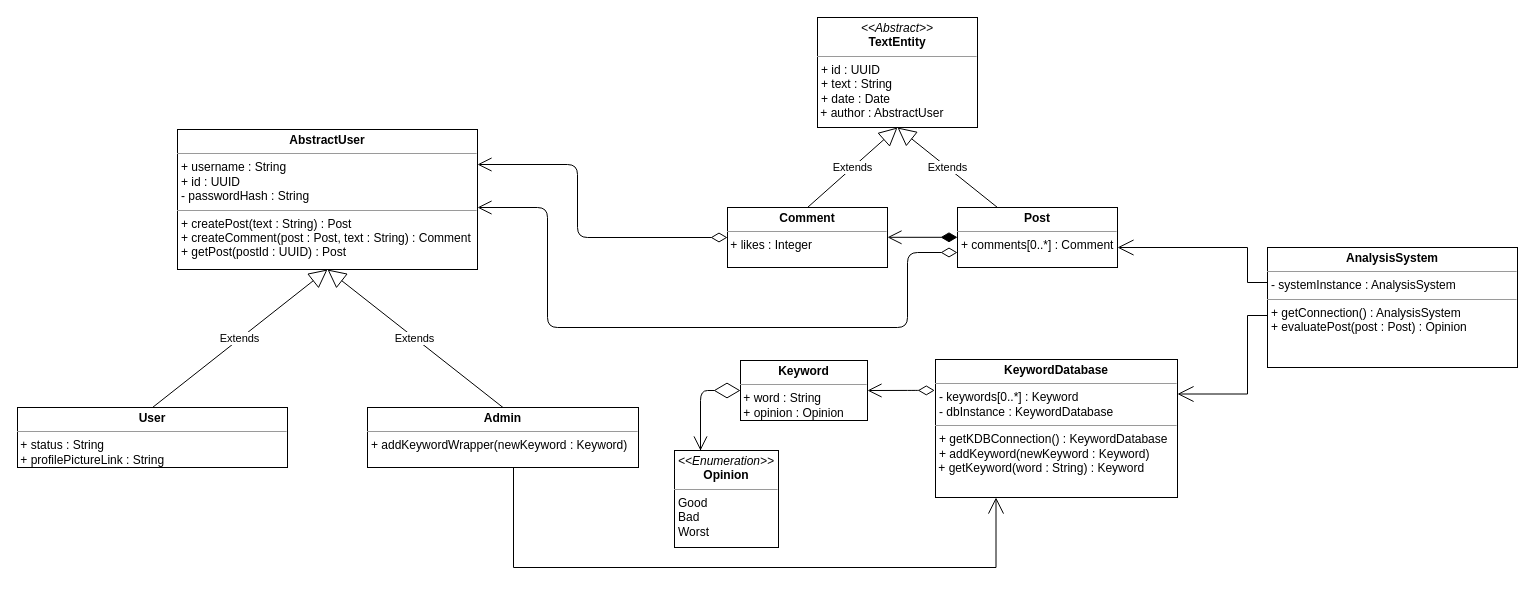
ar7ch/iu-ssad keeps this draw.io diagram as assignment1/uml/assignment1.drawio. Above is the earlier version. Source tidied: cells renumbered, new cells numbered last; positions are measured from the earlier drawing's top-left corner, leaving out a move shared by most shapes. Both pictures are drawn from the tidied source at 100%, with x=0, y=0 at pixel (17, 17).
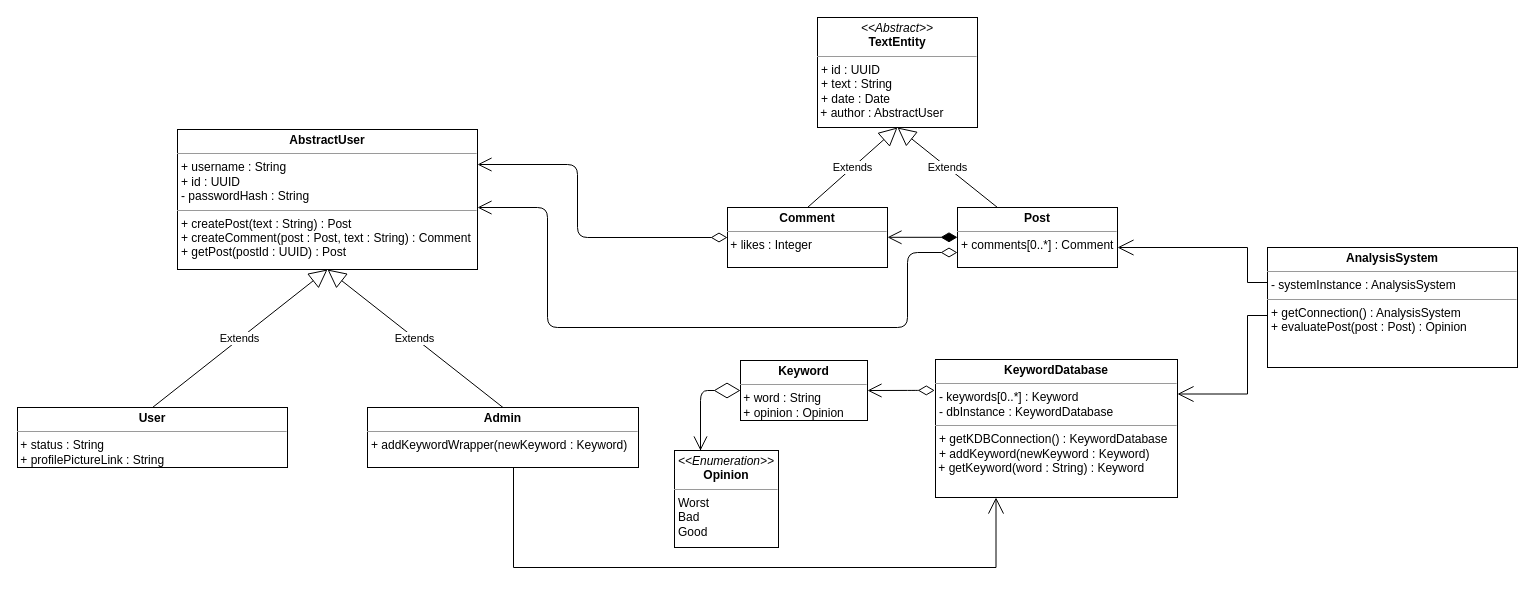
The same page after the edit.

Commit message (it also covers changes not shown here):
fix enum order in uml

Diff of the diagram source:
```diff
@@
-    <mxCell id="7" value="&lt;p style=&quot;margin: 0px ; margin-top: 4px ; text-align: center&quot;&gt;&lt;i&gt;&amp;lt;&amp;lt;Enumeration&amp;gt;&amp;gt;&lt;/i&gt;&lt;br&gt;&lt;b&gt;Opinion&lt;/b&gt;&lt;/p&gt;&lt;hr size=&quot;1&quot;&gt;&lt;p style=&quot;margin: 0px ; margin-left: 4px&quot;&gt;Good&lt;/p&gt;&lt;p style=&quot;margin: 0px ; margin-left: 4px&quot;&gt;Bad&lt;/p&gt;&lt;p style=&quot;margin: 0px ; margin-left: 4px&quot;&gt;Worst&lt;br&gt;&lt;/p&gt;" style="verticalAlign=top;align=left;overflow=fill;fontSize=12;fontFamily=Helvetica;html=1;hachureGap=4;" parent="1" vertex="1">
+    <mxCell id="7" value="&lt;p style=&quot;margin: 0px ; margin-top: 4px ; text-align: center&quot;&gt;&lt;i&gt;&amp;lt;&amp;lt;Enumeration&amp;gt;&amp;gt;&lt;/i&gt;&lt;br&gt;&lt;b&gt;Opinion&lt;/b&gt;&lt;/p&gt;&lt;hr size=&quot;1&quot;&gt;&lt;p style=&quot;margin: 0px ; margin-left: 4px&quot;&gt;Worst&lt;br&gt;&lt;/p&gt;&lt;p style=&quot;margin: 0px ; margin-left: 4px&quot;&gt;Bad&lt;br&gt;Good&lt;/p&gt;" style="verticalAlign=top;align=left;overflow=fill;fontSize=12;fontFamily=Helvetica;html=1;hachureGap=4;" parent="1" vertex="1">
       <mxGeometry x="657" y="433" width="104" height="97" as="geometry" />
     </mxCell>
```
